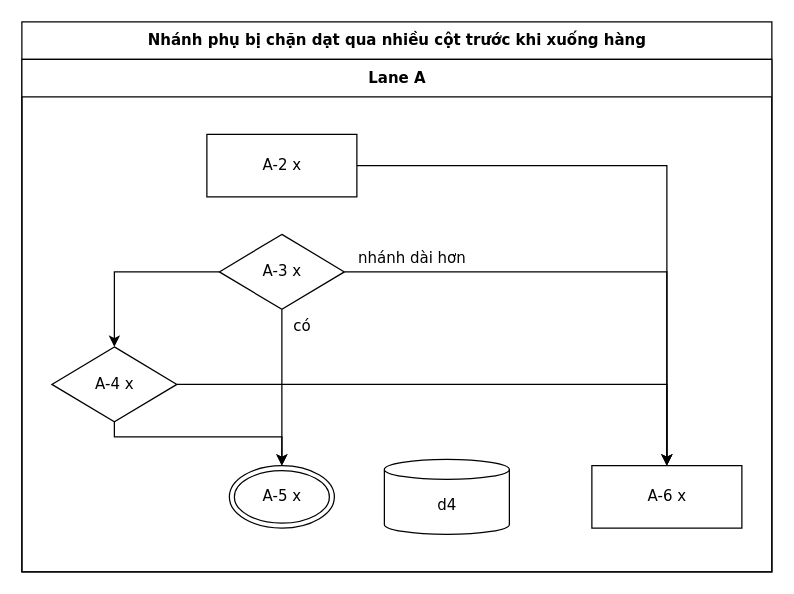
The draw.io diagram conformance/golden/cases/88-place-branch-drift-far.drawio in luytbq/flowcast, before the edit. Source tidied: cells renumbered, new cells numbered last; positions are measured from the earlier drawing's top-left corner, leaving out a move shared by most shapes. Both pictures are drawn from the tidied source at 125%, with x=0, y=0 at pixel (21, 21).
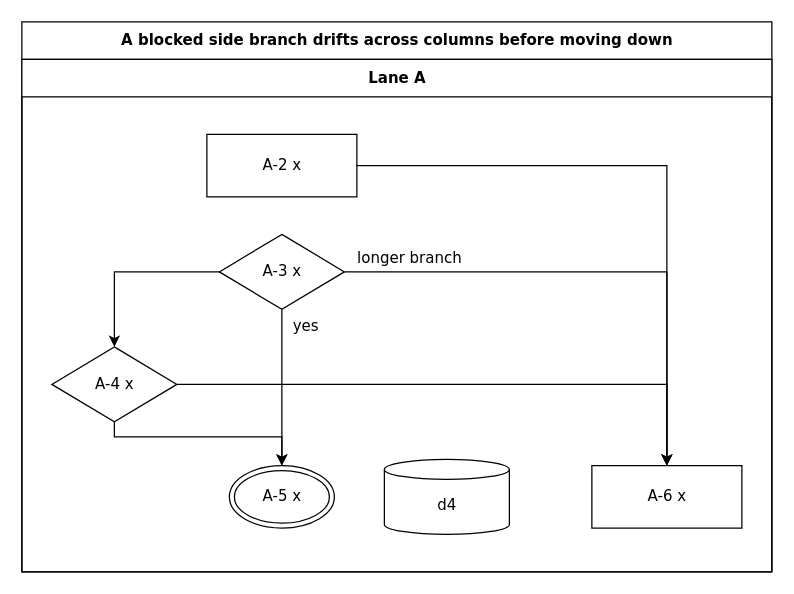
Above is the later version.

The change refers to these unchanged cells:
```xml
<mxCell id="5" value="A-3 x" style="rhombus;html=1;fontFamily=Verdana;fontSize=12;flowtable=1;" parent="3" vertex="1">
  <mxGeometry x="158" y="140" width="100" height="60" as="geometry" />
</mxCell>
<mxCell id="7" value="A-5 x" style="shape=doubleEllipse;html=1;fontFamily=Verdana;fontSize=12;flowtable=1;" parent="3" vertex="1">
  <mxGeometry x="166" y="325" width="84" height="50" as="geometry" />
</mxCell>
<mxCell id="9" value="A-6 x" style="rounded=0;html=1;fontFamily=Verdana;fontSize=12;flowtable=1;" parent="3" vertex="1">
  <mxGeometry x="456" y="325" width="120" height="50" as="geometry" />
</mxCell>
```

Diff of the diagram source:
```diff
@@
-    <mxCell id="2" value="Nhánh phụ bị chặn dạt qua nhiều cột trước khi xuống hàng" style="swimlane;html=1;startSize=30;fontStyle=1;fontFamily=Verdana;fontSize=12;flowtable=1;" parent="1" vertex="1">
+    <mxCell id="2" value="A blocked side branch drifts across columns before moving down" style="swimlane;html=1;startSize=30;fontStyle=1;fontFamily=Verdana;fontSize=12;flowtable=1;" parent="1" vertex="1">
       <mxGeometry width="600" height="440" as="geometry" />
     </mxCell>
@@
-    <mxCell id="12" value="có" style="edgeStyle=orthogonalEdgeStyle;rounded=0;jettySize=auto;html=1;labelBackgroundColor=default;exitX=0.5;exitY=1;exitDx=0;exitDy=0;entryX=0.5;entryY=0;entryDx=0;entryDy=0;fontFamily=Verdana;fontSize=12;flowtable=1;" parent="2" edge="1" source="5" target="7">
+    <mxCell id="12" value="yes" style="edgeStyle=orthogonalEdgeStyle;rounded=0;jettySize=auto;html=1;labelBackgroundColor=default;exitX=0.5;exitY=1;exitDx=0;exitDy=0;entryX=0.5;entryY=0;entryDx=0;entryDy=0;fontFamily=Verdana;fontSize=12;flowtable=1;" parent="2" edge="1" source="5" target="7">
       <mxGeometry x="-0.77" relative="1" as="geometry">
-        <mxPoint x="15.8" as="offset" />
+        <mxPoint x="19.2" as="offset" />
       </mxGeometry>
     </mxCell>
-    <mxCell id="13" value="nhánh dài hơn" style="edgeStyle=orthogonalEdgeStyle;rounded=0;jettySize=auto;html=1;labelBackgroundColor=default;exitX=1;exitY=0.5;exitDx=0;exitDy=0;entryX=0.5;entryY=0;entryDx=0;entryDy=0;fontFamily=Verdana;fontSize=12;flowtable=1;" parent="2" edge="1" source="5" target="9">
-      <mxGeometry x="-0.74" relative="1" as="geometry">
+    <mxCell id="13" value="longer branch" style="edgeStyle=orthogonalEdgeStyle;rounded=0;jettySize=auto;html=1;labelBackgroundColor=default;exitX=1;exitY=0.5;exitDx=0;exitDy=0;entryX=0.5;entryY=0;entryDx=0;entryDy=0;fontFamily=Verdana;fontSize=12;flowtable=1;" parent="2" edge="1" source="5" target="9">
+      <mxGeometry x="-0.75" relative="1" as="geometry">
         <Array as="points">
           <mxPoint x="516" y="200" />
         </Array>
         <mxPoint y="-11.5" as="offset" />
       </mxGeometry>
     </mxCell>
```
